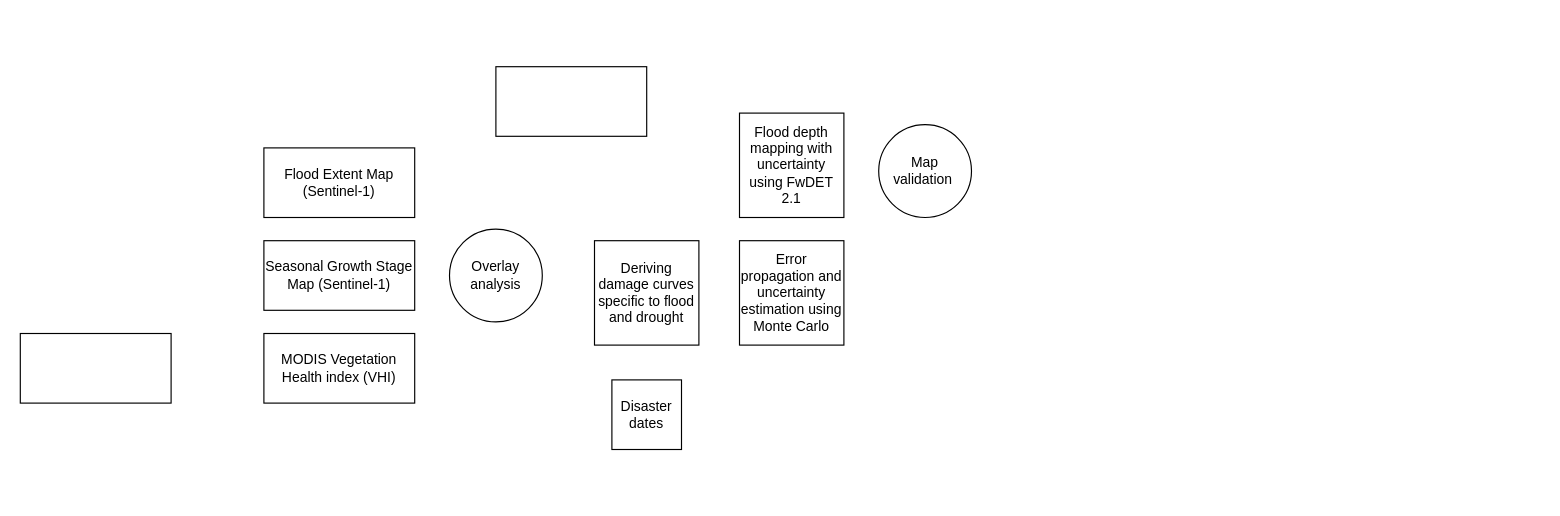
Before: fd.drawio in arnanaraza/diagrams, a draw.io diagram. Source tidied: cells renumbered, new cells numbered last; positions are measured from the earlier drawing's top-left corner, leaving out a move shared by most shapes. Both pictures are drawn from the tidied source at 116%, with x=0, y=0 at pixel (20, 66).
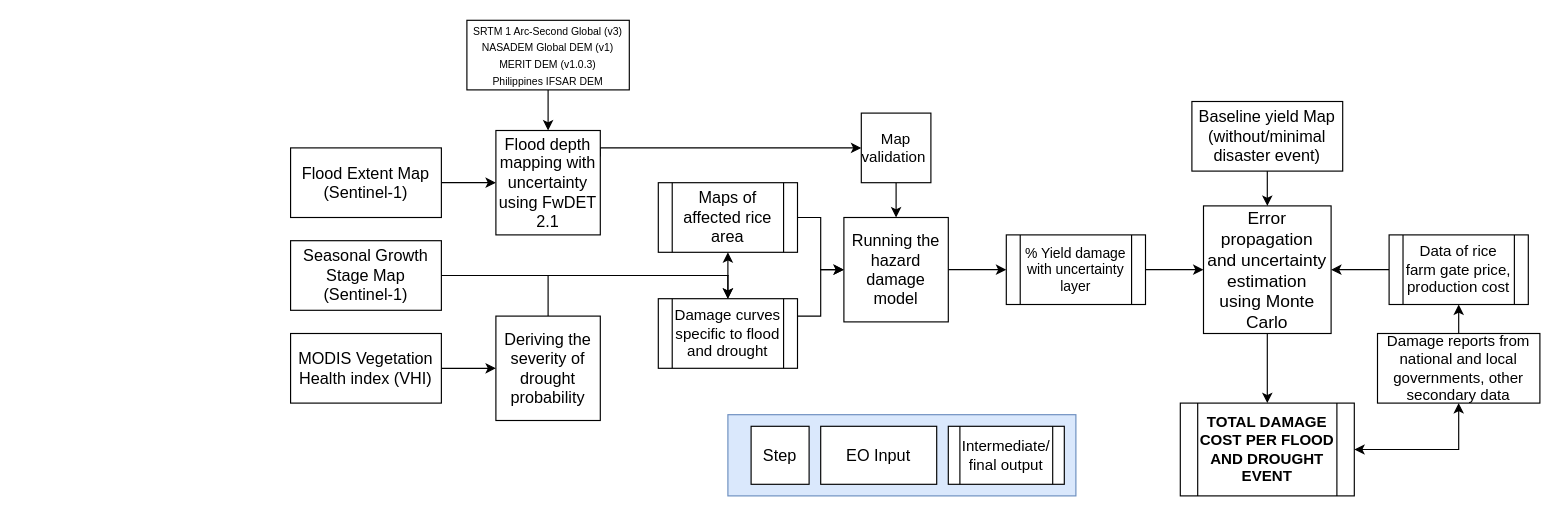
Above is the later version.

The edit, as a diff of the source:
```diff
@@
+    <mxCell id="13" style="edgeStyle=orthogonalEdgeStyle;rounded=0;jettySize=auto;html=1;exitX=1;exitY=0.5;exitDx=0;exitDy=0;entryX=0.5;entryY=1;entryDx=0;entryDy=0;" parent="1" edge="1" source="2" target="25">
+      <mxGeometry relative="1" as="geometry" />
+    </mxCell>
+    <mxCell id="14" style="edgeStyle=orthogonalEdgeStyle;rounded=0;jettySize=auto;html=1;exitX=1;exitY=0.5;exitDx=0;exitDy=0;entryX=0.5;entryY=0;entryDx=0;entryDy=0;" parent="1" edge="1" source="2" target="21">
+      <mxGeometry relative="1" as="geometry" />
+    </mxCell>
-    <mxCell id="2" value="Seasonal Growth Stage Map (Sentinel-1)" style="rounded=0;whiteSpace=wrap;html=1;" parent="1" vertex="1">
-      <mxGeometry x="210" y="150" width="130" height="60" as="geometry" />
+    <mxCell id="2" value="&lt;font style=&quot;font-size: 14px;&quot;&gt;Seasonal Growth Stage Map (Sentinel-1)&lt;/font&gt;" style="rounded=0;whiteSpace=wrap;html=1;" parent="1" vertex="1">
+      <mxGeometry x="233" y="150" width="130" height="60" as="geometry" />
     </mxCell>
+    <mxCell id="15" style="edgeStyle=orthogonalEdgeStyle;rounded=0;jettySize=auto;html=1;exitX=1;exitY=0.5;exitDx=0;exitDy=0;entryX=0;entryY=0.5;entryDx=0;entryDy=0;" parent="1" edge="1" source="3" target="11">
+      <mxGeometry relative="1" as="geometry" />
+    </mxCell>
-    <mxCell id="3" value="Flood Extent Map (Sentinel-1)" style="rounded=0;whiteSpace=wrap;html=1;" parent="1" vertex="1">
-      <mxGeometry x="210" y="70" width="130" height="60" as="geometry" />
+    <mxCell id="3" value="&lt;font style=&quot;font-size: 14px;&quot;&gt;Flood Extent Map (Sentinel-1)&lt;/font&gt;" style="rounded=0;whiteSpace=wrap;html=1;" parent="1" vertex="1">
+      <mxGeometry x="233" y="70" width="130" height="60" as="geometry" />
     </mxCell>
+    <mxCell id="16" style="edgeStyle=orthogonalEdgeStyle;rounded=0;jettySize=auto;html=1;exitX=1;exitY=0.5;exitDx=0;exitDy=0;entryX=0;entryY=0.5;entryDx=0;entryDy=0;" parent="1" edge="1" source="4" target="23">
+      <mxGeometry relative="1" as="geometry" />
+    </mxCell>
-    <mxCell id="4" value="MODIS Vegetation Health index (VHI)" style="rounded=0;whiteSpace=wrap;html=1;" parent="1" vertex="1">
-      <mxGeometry x="210" y="230" width="130" height="60" as="geometry" />
+    <mxCell id="4" value="&lt;font style=&quot;font-size: 14px;&quot;&gt;MODIS Vegetation Health index (VHI)&lt;/font&gt;" style="rounded=0;whiteSpace=wrap;html=1;" parent="1" vertex="1">
+      <mxGeometry x="233" y="230" width="130" height="60" as="geometry" />
     </mxCell>
-    <mxCell id="5" value="Deriving damage curves specific to flood and drought" style="whiteSpace=wrap;html=1;" parent="1" vertex="1">
-      <mxGeometry x="495" y="150" width="90" height="90" as="geometry" />
-    </mxCell>
+    <mxCell id="17" style="edgeStyle=orthogonalEdgeStyle;rounded=0;jettySize=auto;html=1;exitX=0.5;exitY=1;exitDx=0;exitDy=0;entryX=0.5;entryY=0;entryDx=0;entryDy=0;" parent="1" edge="1" source="6" target="11">
+      <mxGeometry relative="1" as="geometry" />
+    </mxCell>
-    <mxCell id="6" style="rounded=0;whiteSpace=wrap;html=1;" parent="1" vertex="1">
-      <mxGeometry y="230" width="130" height="60" as="geometry" />
+    <mxCell id="6" value="&lt;div&gt;&lt;font style=&quot;font-size: 9px;&quot;&gt;SRTM 1 Arc-Second Global (v3)&lt;/font&gt;&lt;/div&gt;&lt;div&gt;&lt;font style=&quot;font-size: 9px;&quot;&gt;NASADEM Global DEM (v1)&lt;/font&gt;&lt;/div&gt;&lt;div&gt;&lt;font style=&quot;font-size: 9px;&quot;&gt;MERIT DEM (v1.0.3)&lt;/font&gt;&lt;/div&gt;&lt;div&gt;&lt;font style=&quot;font-size: 9px;&quot;&gt;Philippines IFSAR DEM&lt;/font&gt;&lt;/div&gt;" style="rounded=0;whiteSpace=wrap;html=1;" parent="1" vertex="1">
+      <mxGeometry x="385" y="-40" width="140" height="60" as="geometry" />
     </mxCell>
+    <mxCell id="18" style="edgeStyle=orthogonalEdgeStyle;rounded=0;jettySize=auto;html=1;exitX=0.5;exitY=1;exitDx=0;exitDy=0;entryX=0.5;entryY=0;entryDx=0;entryDy=0;" parent="1" edge="1" source="10" target="36">
+      <mxGeometry relative="1" as="geometry" />
+    </mxCell>
+    <mxCell id="10" value="&lt;font style=&quot;font-size: 15px;&quot;&gt;Error propagation and uncertainty estimation using Monte Carlo&lt;/font&gt;" style="whiteSpace=wrap;html=1;" parent="1" vertex="1">
+      <mxGeometry x="1020" y="120" width="110" height="110" as="geometry" />
+    </mxCell>
+    <mxCell id="19" style="edgeStyle=orthogonalEdgeStyle;rounded=0;jettySize=auto;html=1;exitX=1;exitY=0.25;exitDx=0;exitDy=0;entryX=0;entryY=0.5;entryDx=0;entryDy=0;" parent="1" edge="1" source="11" target="7">
+      <mxGeometry relative="1" as="geometry">
+        <Array as="points">
+          <mxPoint x="500" y="70" />
+        </Array>
+      </mxGeometry>
+    </mxCell>
+    <mxCell id="11" value="&lt;font style=&quot;font-size: 14px;&quot;&gt;Flood depth mapping with uncertainty using FwDET 2.1&lt;/font&gt;" style="whiteSpace=wrap;html=1;" parent="1" vertex="1">
+      <mxGeometry x="410" y="55" width="90" height="90" as="geometry" />
+    </mxCell>
+    <mxCell id="20" style="edgeStyle=orthogonalEdgeStyle;rounded=0;jettySize=auto;html=1;exitX=1;exitY=0.25;exitDx=0;exitDy=0;entryX=0;entryY=0.5;entryDx=0;entryDy=0;" parent="1" edge="1" source="21" target="29">
+      <mxGeometry relative="1" as="geometry" />
+    </mxCell>
+    <mxCell id="21" value="&lt;font style=&quot;font-size: 13px;&quot;&gt;Damage curves specific to flood and drought&lt;/font&gt;" style="shape=process;whiteSpace=wrap;html=1;backgroundOutline=1;" parent="1" vertex="1">
+      <mxGeometry x="550" y="200" width="120" height="60" as="geometry" />
+    </mxCell>
+    <mxCell id="22" style="edgeStyle=orthogonalEdgeStyle;rounded=0;jettySize=auto;html=1;exitX=0.5;exitY=0;exitDx=0;exitDy=0;entryX=0.5;entryY=0;entryDx=0;entryDy=0;" parent="1" edge="1" source="23" target="21">
+      <mxGeometry relative="1" as="geometry" />
+    </mxCell>
+    <mxCell id="23" value="&lt;font style=&quot;font-size: 14px;&quot;&gt;Deriving the severity of drought probability&lt;/font&gt;" style="whiteSpace=wrap;html=1;" parent="1" vertex="1">
+      <mxGeometry x="410" y="215" width="90" height="90" as="geometry" />
+    </mxCell>
+    <mxCell id="24" style="edgeStyle=orthogonalEdgeStyle;rounded=0;jettySize=auto;html=1;exitX=1;exitY=0.5;exitDx=0;exitDy=0;entryX=0;entryY=0.5;entryDx=0;entryDy=0;" parent="1" edge="1" source="25" target="29">
+      <mxGeometry relative="1" as="geometry" />
+    </mxCell>
+    <mxCell id="25" value="&lt;font style=&quot;font-size: 14px;&quot;&gt;Maps of affected rice area&lt;/font&gt;" style="shape=process;whiteSpace=wrap;html=1;backgroundOutline=1;" parent="1" vertex="1">
+      <mxGeometry x="550" y="100" width="120" height="60" as="geometry" />
+    </mxCell>
+    <mxCell id="26" style="edgeStyle=orthogonalEdgeStyle;rounded=0;jettySize=auto;html=1;exitX=1;exitY=0.5;exitDx=0;exitDy=0;entryX=0;entryY=0.5;entryDx=0;entryDy=0;" parent="1" edge="1" source="27" target="10">
+      <mxGeometry relative="1" as="geometry" />
+    </mxCell>
+    <mxCell id="27" value="&lt;font&gt;% Yield damage with uncertainty layer&lt;/font&gt;" style="shape=process;whiteSpace=wrap;html=1;backgroundOutline=1;" parent="1" vertex="1">
+      <mxGeometry x="850" y="145" width="120" height="60" as="geometry" />
+    </mxCell>
+    <mxCell id="28" style="edgeStyle=orthogonalEdgeStyle;rounded=0;jettySize=auto;html=1;exitX=1;exitY=0.5;exitDx=0;exitDy=0;entryX=0;entryY=0.5;entryDx=0;entryDy=0;" parent="1" edge="1" source="29" target="27">
+      <mxGeometry relative="1" as="geometry" />
+    </mxCell>
+    <mxCell id="29" value="&lt;font style=&quot;font-size: 14px;&quot;&gt;Running the hazard damage model&lt;/font&gt;" style="whiteSpace=wrap;html=1;" parent="1" vertex="1">
+      <mxGeometry x="710" y="130" width="90" height="90" as="geometry" />
+    </mxCell>
+    <mxCell id="30" style="edgeStyle=orthogonalEdgeStyle;rounded=0;jettySize=auto;html=1;exitX=0.5;exitY=1;exitDx=0;exitDy=0;entryX=0.5;entryY=0;entryDx=0;entryDy=0;" parent="1" edge="1" source="7" target="29">
+      <mxGeometry relative="1" as="geometry" />
+    </mxCell>
-    <mxCell id="7" value="Map validation&amp;nbsp;" style="ellipse;whiteSpace=wrap;html=1;" parent="1" vertex="1">
-      <mxGeometry x="740" y="50" width="80" height="80" as="geometry" />
+    <mxCell id="7" value="&lt;font style=&quot;font-size: 13px;&quot;&gt;Map validation&amp;nbsp;&lt;/font&gt;" style="whiteSpace=wrap;html=1;" parent="1" vertex="1">
+      <mxGeometry x="725" y="40" width="60" height="60" as="geometry" />
     </mxCell>
-    <mxCell id="8" value="Overlay analysis" style="ellipse;whiteSpace=wrap;html=1;" parent="1" vertex="1">
-      <mxGeometry x="370" y="140" width="80" height="80" as="geometry" />
-    </mxCell>
-    <mxCell id="9" value="Disaster dates" style="whiteSpace=wrap;html=1;" parent="1" vertex="1">
-      <mxGeometry x="510" y="270" width="60" height="60" as="geometry" />
-    </mxCell>
-    <mxCell id="10" value="Error propagation and uncertainty estimation using Monte Carlo" style="whiteSpace=wrap;html=1;" parent="1" vertex="1">
-      <mxGeometry x="620" y="150" width="90" height="90" as="geometry" />
-    </mxCell>
-    <mxCell id="11" value="Flood depth mapping with uncertainty using FwDET 2.1" style="whiteSpace=wrap;html=1;" parent="1" vertex="1">
-      <mxGeometry x="620" y="40" width="90" height="90" as="geometry" />
-    </mxCell>
-    <mxCell id="12" style="rounded=0;whiteSpace=wrap;html=1;" parent="1" vertex="1">
-      <mxGeometry x="410" width="130" height="60" as="geometry" />
-    </mxCell>
+    <mxCell id="31" style="edgeStyle=orthogonalEdgeStyle;rounded=0;jettySize=auto;html=1;exitX=0.5;exitY=1;exitDx=0;exitDy=0;entryX=1;entryY=0.5;entryDx=0;entryDy=0;startArrow=classic;startFill=1;" parent="1" edge="1" source="33" target="36">
+      <mxGeometry relative="1" as="geometry" />
+    </mxCell>
+    <mxCell id="32" style="edgeStyle=orthogonalEdgeStyle;rounded=0;jettySize=auto;html=1;exitX=0.5;exitY=0;exitDx=0;exitDy=0;entryX=0.5;entryY=1;entryDx=0;entryDy=0;" parent="1" edge="1" source="33" target="35">
+      <mxGeometry relative="1" as="geometry" />
+    </mxCell>
+    <mxCell id="33" value="&lt;font style=&quot;font-size: 13px;&quot;&gt;Damage reports from national and local governments, other secondary data&lt;/font&gt;" style="rounded=0;whiteSpace=wrap;html=1;" parent="1" vertex="1">
+      <mxGeometry x="1170" y="230" width="140" height="60" as="geometry" />
+    </mxCell>
+    <mxCell id="34" style="edgeStyle=orthogonalEdgeStyle;rounded=0;jettySize=auto;html=1;exitX=0;exitY=0.5;exitDx=0;exitDy=0;entryX=1;entryY=0.5;entryDx=0;entryDy=0;" parent="1" edge="1" source="35" target="10">
+      <mxGeometry relative="1" as="geometry" />
+    </mxCell>
+    <mxCell id="35" value="&lt;font style=&quot;font-size: 13px;&quot;&gt;Data of rice farm gate price, production cost&lt;/font&gt;" style="shape=process;whiteSpace=wrap;html=1;backgroundOutline=1;" parent="1" vertex="1">
+      <mxGeometry x="1180" y="145" width="120" height="60" as="geometry" />
+    </mxCell>
+    <mxCell id="36" value="&lt;font style=&quot;font-size: 13px;&quot;&gt;&lt;b&gt;TOTAL DAMAGE COST PER FLOOD AND DROUGHT EVENT&lt;/b&gt;&lt;/font&gt;" style="shape=process;whiteSpace=wrap;html=1;backgroundOutline=1;" parent="1" vertex="1">
+      <mxGeometry x="1000" y="290" width="150" height="80" as="geometry" />
+    </mxCell>
+    <mxCell id="37" style="edgeStyle=orthogonalEdgeStyle;rounded=0;jettySize=auto;html=1;exitX=0.5;exitY=1;exitDx=0;exitDy=0;entryX=0.5;entryY=0;entryDx=0;entryDy=0;" parent="1" edge="1" source="38" target="10">
+      <mxGeometry relative="1" as="geometry" />
+    </mxCell>
+    <mxCell id="38" value="&lt;font style=&quot;font-size: 14px;&quot;&gt;Baseline yield Map (without/minimal disaster event)&lt;/font&gt;" style="rounded=0;whiteSpace=wrap;html=1;" parent="1" vertex="1">
+      <mxGeometry x="1010" y="30" width="130" height="60" as="geometry" />
+    </mxCell>
+    <mxCell id="39" style="group;" parent="1" vertex="1">
+      <mxGeometry x="610" y="300" width="300" height="70" as="geometry" />
+    </mxCell>
+    <mxCell id="40" style="rounded=0;whiteSpace=wrap;html=1;labelBackgroundColor=default;fillColor=#dae8fc;strokeColor=#6c8ebf;" parent="39" vertex="1">
+      <mxGeometry width="300" height="70" as="geometry" />
+    </mxCell>
+    <mxCell id="41" value="&lt;font style=&quot;font-size: 14px;&quot;&gt;EO Input&lt;/font&gt;" style="rounded=0;whiteSpace=wrap;html=1;" parent="39" vertex="1">
+      <mxGeometry x="80" y="10" width="100" height="50" as="geometry" />
+    </mxCell>
+    <mxCell id="42" value="&lt;font style=&quot;font-size: 13px;&quot;&gt;Intermediate/ final output&lt;/font&gt;" style="shape=process;whiteSpace=wrap;html=1;backgroundOutline=1;" parent="39" vertex="1">
+      <mxGeometry x="190" y="10" width="100" height="50" as="geometry" />
+    </mxCell>
+    <mxCell id="43" value="&lt;font style=&quot;font-size: 14px;&quot;&gt;Step&lt;/font&gt;" style="whiteSpace=wrap;html=1;" parent="39" vertex="1">
+      <mxGeometry x="20" y="10" width="50" height="50" as="geometry" />
+    </mxCell>
```
